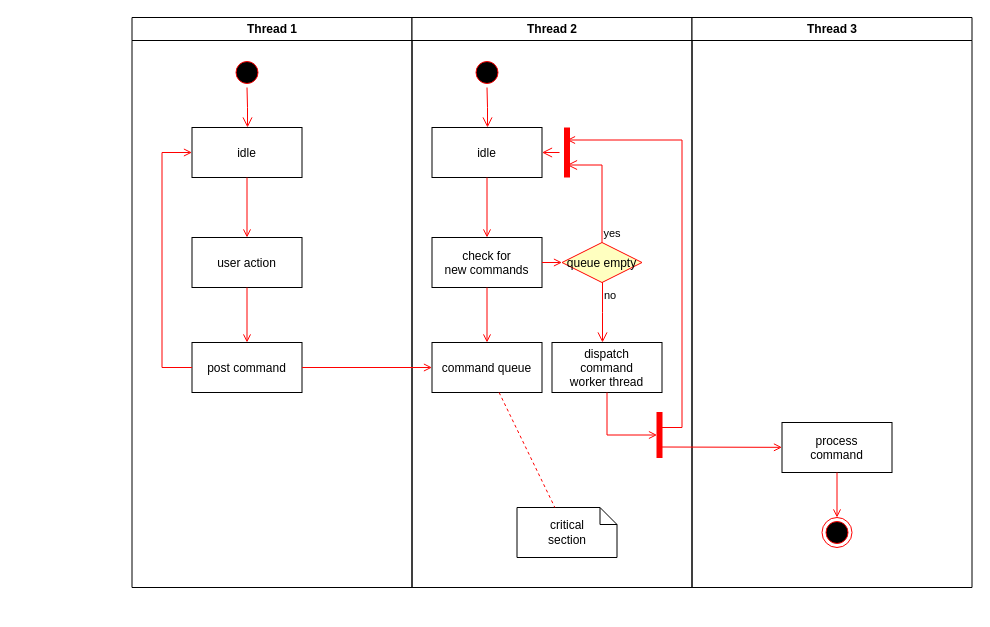
ArcanjoDaGuarda/AnjoProjetos keeps this draw.io diagram as DiagramaDeAtividade.drawio. Above is the earlier version. Source tidied: cells renumbered, new cells numbered last; positions are measured from the earlier drawing's top-left corner, leaving out a move shared by most shapes. Both pictures are drawn from the tidied source at 100%, with x=0, y=0 at pixel (131, 17).
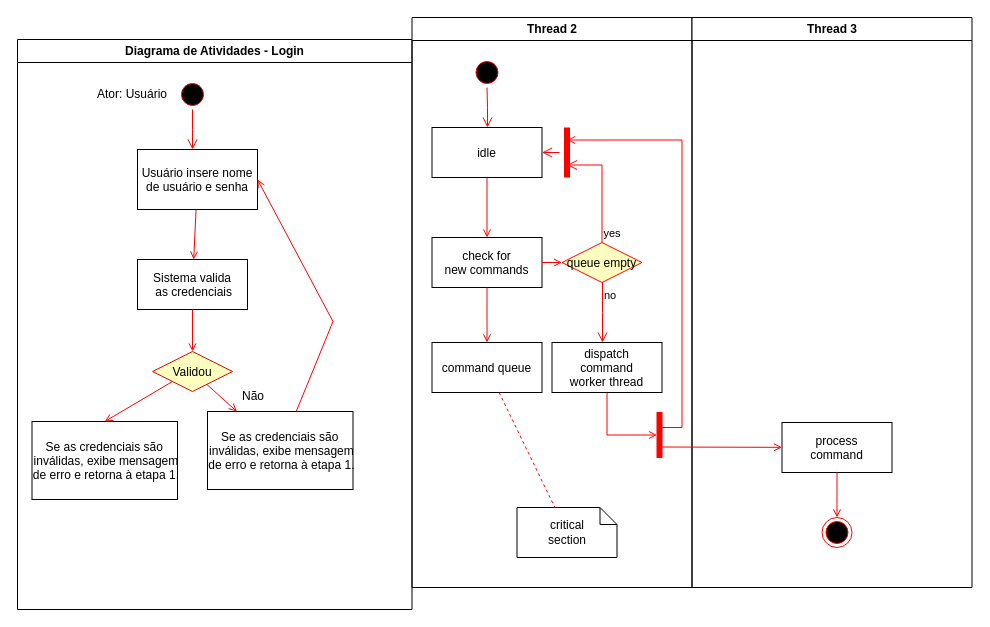
Above is the later version.

The change refers to these unchanged cells:
```xml
<mxCell id="17" value="command queue" parent="11" vertex="1">
  <mxGeometry x="20" y="325" width="110" height="50" as="geometry" />
</mxCell>
```

Change to the diagram source:
```diff
@@
-    <mxCell id="2" value="Thread 1" style="swimlane;whiteSpace=wrap;" parent="1" vertex="1">
-      <mxGeometry x="0.5" width="280" height="570" as="geometry" />
+    <mxCell id="2" value="Diagrama de Atividades - Login" style="swimlane;whiteSpace=wrap;" parent="1" vertex="1">
+      <mxGeometry x="-114" y="22" width="394.5" height="570" as="geometry" />
     </mxCell>
     <mxCell id="3" style="ellipse;shape=startState;fillColor=#000000;strokeColor=#ff0000;" parent="2" vertex="1">
-      <mxGeometry x="100" y="40" width="30" height="30" as="geometry" />
+      <mxGeometry x="160" y="40" width="30" height="30" as="geometry" />
     </mxCell>
     <mxCell id="4" style="edgeStyle=elbowEdgeStyle;elbow=horizontal;verticalAlign=bottom;endArrow=open;endSize=8;strokeColor=#FF0000;endFill=1;rounded=0;" parent="2" edge="1" source="3" target="5">
-      <mxGeometry x="100" y="40" as="geometry" />
+      <mxGeometry x="160" y="40" as="geometry" />
     </mxCell>
-    <mxCell id="5" value="idle" parent="2" vertex="1">
-      <mxGeometry x="60" y="110" width="110" height="50" as="geometry" />
+    <mxCell id="5" value="Usuário insere nome &#10;de usuário e senha" parent="2" vertex="1">
+      <mxGeometry x="120" y="110" width="120" height="60" as="geometry" />
     </mxCell>
-    <mxCell id="6" value="user action" parent="2" vertex="1">
-      <mxGeometry x="60" y="220" width="110" height="50" as="geometry" />
+    <mxCell id="6" value="Sistema valida&#10; as credenciais  " parent="2" vertex="1">
+      <mxGeometry x="120" y="220" width="110" height="50" as="geometry" />
     </mxCell>
@@
-    <mxCell id="8" value="post command" parent="2" vertex="1">
-      <mxGeometry x="60" y="325" width="110" height="50" as="geometry" />
+    <mxCell id="8" value="Se as credenciais são&#10; inválidas, exibe mensagem&#10; de erro e retorna à etapa 1." parent="2" vertex="1">
+      <mxGeometry x="190" y="372" width="145.5" height="78" as="geometry" />
     </mxCell>
-    <mxCell id="9" style="endArrow=open;strokeColor=#FF0000;endFill=1;rounded=0;" parent="2" edge="1" source="6" target="8">
+    <mxCell id="9" style="endArrow=open;strokeColor=#FF0000;endFill=1;rounded=0;" parent="2" edge="1" source="38" target="8">
       <mxGeometry relative="1" as="geometry" />
     </mxCell>
-    <mxCell id="10" style="edgeStyle=elbowEdgeStyle;elbow=horizontal;strokeColor=#FF0000;endArrow=open;endFill=1;rounded=0;" parent="2" edge="1" source="8" target="5">
-      <mxGeometry relative="1" as="geometry">
-        <Array as="points">
-          <mxPoint x="30" y="250" />
-        </Array>
-      </mxGeometry>
-    </mxCell>
+    <mxCell id="37" value="Ator: Usuário" style="text;html=1;strokeColor=none;fillColor=none;align=center;verticalAlign=middle;whiteSpace=wrap;rounded=0;" parent="2" vertex="1">
+      <mxGeometry x="70" y="40" width="90" height="30" as="geometry" />
+    </mxCell>
+    <mxCell id="38" value="Validou" style="rhombus;fillColor=#ffffc0;strokeColor=#ff0000;" parent="2" vertex="1">
+      <mxGeometry x="135" y="312" width="80" height="40" as="geometry" />
+    </mxCell>
+    <mxCell id="39" style="endArrow=open;strokeColor=#FF0000;endFill=1;rounded=0;" parent="2" edge="1" source="6" target="38">
+      <mxGeometry relative="1" as="geometry" />
+    </mxCell>
+    <mxCell id="36" style="endArrow=open;strokeColor=#FF0000;endFill=1;rounded=0;entryX=1;entryY=0.5;entryDx=0;entryDy=0;" parent="2" edge="1" source="8" target="5">
+      <mxGeometry relative="1" as="geometry">
+        <Array as="points">
+          <mxPoint x="315.5" y="282" />
+        </Array>
+      </mxGeometry>
+    </mxCell>
+    <mxCell id="40" value="Não" style="text;html=1;strokeColor=none;fillColor=none;align=center;verticalAlign=middle;whiteSpace=wrap;rounded=0;" parent="2" vertex="1">
+      <mxGeometry x="205.5" y="342" width="60" height="30" as="geometry" />
+    </mxCell>
+    <mxCell id="41" value="Se as credenciais são&#10; inválidas, exibe mensagem&#10; de erro e retorna à etapa 1." parent="2" vertex="1">
+      <mxGeometry x="14.5" y="382" width="145.5" height="78" as="geometry" />
+    </mxCell>
+    <mxCell id="42" style="endArrow=open;strokeColor=#FF0000;endFill=1;rounded=0;entryX=0.5;entryY=0;entryDx=0;entryDy=0;exitX=0;exitY=1;exitDx=0;exitDy=0;" parent="2" edge="1" source="38" target="41">
+      <mxGeometry relative="1" as="geometry" />
+    </mxCell>
@@
-    <mxCell id="36" style="endArrow=open;strokeColor=#FF0000;endFill=1;rounded=0;" parent="1" edge="1" source="8" target="17">
-      <mxGeometry relative="1" as="geometry" />
-    </mxCell>
```
